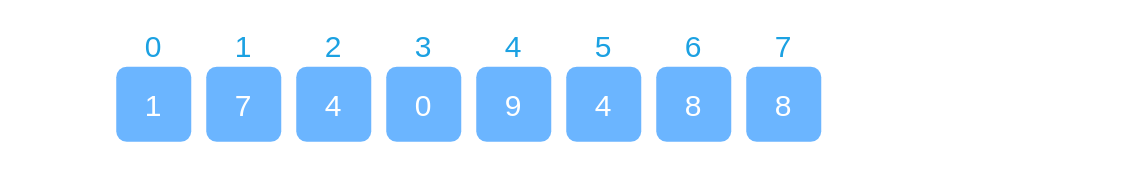
vtchitruong/vtchitruong.github.io keeps this draw.io diagram as page "1D array" (1 of 10) of pictures/array.drawio. Above is the earlier version. Source tidied: cells renumbered, new cells numbered last; positions are measured from the earlier drawing's top-left corner, leaving out a move shared by most shapes. Both pictures are drawn from the tidied source at 150%, with x=0, y=0 at pixel (116, 24).
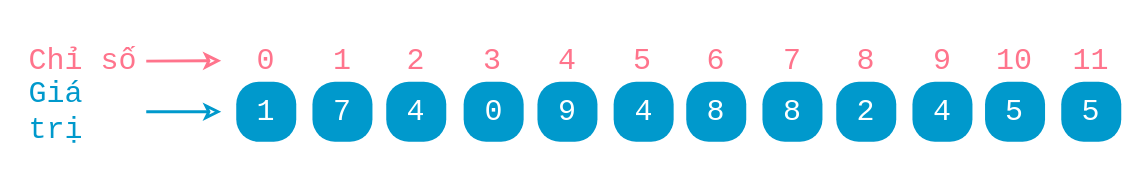
Above is the later version.

Diff of the diagram source:
```diff
@@
-    <mxCell id="2" value="1" style="rounded=1;whiteSpace=wrap;html=1;absoluteArcSize=1;arcSize=14;strokeWidth=2;fontFamily=Segoe UI Variable Display;fontSize=20;strokeColor=none;fontColor=#FFFFFF;fillColor=#6BB5FF;" parent="1" vertex="1">
-      <mxGeometry y="28" width="50" height="50" as="geometry" />
+    <mxCell id="2" value="1" style="rounded=1;whiteSpace=wrap;html=1;absoluteArcSize=1;arcSize=30;strokeWidth=2;fontFamily=consolas;fontSize=20;strokeColor=none;fontColor=#FFFFFF;fillColor=#0099CC;" parent="1" vertex="1">
+      <mxGeometry x="80" y="38" width="40" height="40" as="geometry" />
     </mxCell>
-    <mxCell id="3" value="0" style="rounded=1;whiteSpace=wrap;html=1;absoluteArcSize=1;arcSize=14;strokeWidth=2;fontFamily=Segoe UI Variable Display;fontSize=20;strokeColor=none;fontColor=#1BA1E2;fillColor=none;" parent="1" vertex="1">
-      <mxGeometry x="10.8" y="0.5" width="28.4" height="27.5" as="geometry" />
+    <mxCell id="3" value="0" style="rounded=1;whiteSpace=wrap;html=1;absoluteArcSize=1;arcSize=14;strokeWidth=2;fontFamily=consolas;fontSize=20;strokeColor=none;fontColor=#FF748C;fillColor=none;" parent="1" vertex="1">
+      <mxGeometry x="85.8" y="10.5" width="28.4" height="27.5" as="geometry" />
     </mxCell>
-    <mxCell id="4" value="7" style="rounded=1;whiteSpace=wrap;html=1;absoluteArcSize=1;arcSize=14;strokeWidth=2;fontFamily=Segoe UI Variable Display;fontSize=20;strokeColor=none;fontColor=#FFFFFF;fillColor=#6BB5FF;" parent="1" vertex="1">
-      <mxGeometry x="60" y="28" width="50" height="50" as="geometry" />
+    <mxCell id="4" value="7" style="rounded=1;whiteSpace=wrap;html=1;absoluteArcSize=1;arcSize=30;strokeWidth=2;fontFamily=consolas;fontSize=20;strokeColor=none;fontColor=#FFFFFF;fillColor=#0099CC;" parent="1" vertex="1">
+      <mxGeometry x="130.8" y="38" width="40" height="40" as="geometry" />
     </mxCell>
-    <mxCell id="5" value="4" style="rounded=1;whiteSpace=wrap;html=1;absoluteArcSize=1;arcSize=14;strokeWidth=2;fontFamily=Segoe UI Variable Display;fontSize=20;strokeColor=none;fontColor=#FFFFFF;fillColor=#6BB5FF;" parent="1" vertex="1">
-      <mxGeometry x="120" y="28" width="50" height="50" as="geometry" />
+    <mxCell id="5" value="4" style="rounded=1;whiteSpace=wrap;html=1;absoluteArcSize=1;arcSize=30;strokeWidth=2;fontFamily=consolas;fontSize=20;strokeColor=none;fontColor=#FFFFFF;fillColor=#0099CC;" parent="1" vertex="1">
+      <mxGeometry x="180" y="38" width="40" height="40" as="geometry" />
     </mxCell>
-    <mxCell id="6" value="0" style="rounded=1;whiteSpace=wrap;html=1;absoluteArcSize=1;arcSize=14;strokeWidth=2;fontFamily=Segoe UI Variable Display;fontSize=20;strokeColor=none;fontColor=#FFFFFF;fillColor=#6BB5FF;" parent="1" vertex="1">
-      <mxGeometry x="180" y="28" width="50" height="50" as="geometry" />
+    <mxCell id="6" value="0" style="rounded=1;whiteSpace=wrap;html=1;absoluteArcSize=1;arcSize=30;strokeWidth=2;fontFamily=consolas;fontSize=20;strokeColor=none;fontColor=#FFFFFF;fillColor=#0099CC;" parent="1" vertex="1">
+      <mxGeometry x="231.6" y="38" width="40" height="40" as="geometry" />
     </mxCell>
-    <mxCell id="7" value="9" style="rounded=1;whiteSpace=wrap;html=1;absoluteArcSize=1;arcSize=14;strokeWidth=2;fontFamily=Segoe UI Variable Display;fontSize=20;strokeColor=none;fontColor=#FFFFFF;fillColor=#6BB5FF;" parent="1" vertex="1">
-      <mxGeometry x="240" y="28" width="50" height="50" as="geometry" />
+    <mxCell id="7" value="9" style="rounded=1;whiteSpace=wrap;html=1;absoluteArcSize=1;arcSize=30;strokeWidth=2;fontFamily=consolas;fontSize=20;strokeColor=none;fontColor=#FFFFFF;fillColor=#0099CC;" parent="1" vertex="1">
+      <mxGeometry x="280.8" y="38" width="40" height="40" as="geometry" />
     </mxCell>
-    <mxCell id="8" value="4" style="rounded=1;whiteSpace=wrap;html=1;absoluteArcSize=1;arcSize=14;strokeWidth=2;fontFamily=Segoe UI Variable Display;fontSize=20;strokeColor=none;fontColor=#FFFFFF;fillColor=#6BB5FF;" parent="1" vertex="1">
-      <mxGeometry x="300" y="28" width="50" height="50" as="geometry" />
+    <mxCell id="8" value="4" style="rounded=1;whiteSpace=wrap;html=1;absoluteArcSize=1;arcSize=30;strokeWidth=2;fontFamily=consolas;fontSize=20;strokeColor=none;fontColor=#FFFFFF;fillColor=#0099CC;" parent="1" vertex="1">
+      <mxGeometry x="331.6" y="38" width="40" height="40" as="geometry" />
     </mxCell>
-    <mxCell id="9" value="8" style="rounded=1;whiteSpace=wrap;html=1;absoluteArcSize=1;arcSize=14;strokeWidth=2;fontFamily=Segoe UI Variable Display;fontSize=20;strokeColor=none;fontColor=#FFFFFF;fillColor=#6BB5FF;" parent="1" vertex="1">
-      <mxGeometry x="360" y="28" width="50" height="50" as="geometry" />
+    <mxCell id="9" value="8" style="rounded=1;whiteSpace=wrap;html=1;absoluteArcSize=1;arcSize=30;strokeWidth=2;fontFamily=consolas;fontSize=20;strokeColor=none;fontColor=#FFFFFF;fillColor=#0099CC;" parent="1" vertex="1">
+      <mxGeometry x="380" y="38" width="40" height="40" as="geometry" />
     </mxCell>
-    <mxCell id="10" value="1" style="rounded=1;whiteSpace=wrap;html=1;absoluteArcSize=1;arcSize=14;strokeWidth=2;fontFamily=Segoe UI Variable Display;fontSize=20;strokeColor=none;fontColor=#1BA1E2;fillColor=none;" parent="1" vertex="1">
-      <mxGeometry x="70.8" y="0.5" width="28.4" height="27.5" as="geometry" />
+    <mxCell id="10" value="1" style="rounded=1;whiteSpace=wrap;html=1;absoluteArcSize=1;arcSize=14;strokeWidth=2;fontFamily=consolas;fontSize=20;strokeColor=none;fontColor=#FF748C;fillColor=none;" parent="1" vertex="1">
+      <mxGeometry x="136.6" y="10.5" width="28.4" height="27.5" as="geometry" />
     </mxCell>
-    <mxCell id="11" value="2" style="rounded=1;whiteSpace=wrap;html=1;absoluteArcSize=1;arcSize=14;strokeWidth=2;fontFamily=Segoe UI Variable Display;fontSize=20;strokeColor=none;fontColor=#1BA1E2;fillColor=none;" parent="1" vertex="1">
-      <mxGeometry x="130.8" y="0.5" width="28.4" height="27.5" as="geometry" />
+    <mxCell id="11" value="2" style="rounded=1;whiteSpace=wrap;html=1;absoluteArcSize=1;arcSize=14;strokeWidth=2;fontFamily=consolas;fontSize=20;strokeColor=none;fontColor=#FF748C;fillColor=none;" parent="1" vertex="1">
+      <mxGeometry x="185.8" y="10.5" width="28.4" height="27.5" as="geometry" />
     </mxCell>
-    <mxCell id="12" value="3" style="rounded=1;whiteSpace=wrap;html=1;absoluteArcSize=1;arcSize=14;strokeWidth=2;fontFamily=Segoe UI Variable Display;fontSize=20;strokeColor=none;fontColor=#1BA1E2;fillColor=none;" parent="1" vertex="1">
-      <mxGeometry x="190.8" y="0.5" width="28.4" height="27.5" as="geometry" />
+    <mxCell id="12" value="3" style="rounded=1;whiteSpace=wrap;html=1;absoluteArcSize=1;arcSize=14;strokeWidth=2;fontFamily=consolas;fontSize=20;strokeColor=none;fontColor=#FF748C;fillColor=none;" parent="1" vertex="1">
+      <mxGeometry x="237.4" y="10.5" width="28.4" height="27.5" as="geometry" />
     </mxCell>
-    <mxCell id="13" value="4" style="rounded=1;whiteSpace=wrap;html=1;absoluteArcSize=1;arcSize=14;strokeWidth=2;fontFamily=Segoe UI Variable Display;fontSize=20;strokeColor=none;fontColor=#1BA1E2;fillColor=none;" parent="1" vertex="1">
-      <mxGeometry x="250.8" y="0.5" width="28.4" height="27.5" as="geometry" />
+    <mxCell id="13" value="4" style="rounded=1;whiteSpace=wrap;html=1;absoluteArcSize=1;arcSize=14;strokeWidth=2;fontFamily=consolas;fontSize=20;strokeColor=none;fontColor=#FF748C;fillColor=none;" parent="1" vertex="1">
+      <mxGeometry x="286.6" y="10.5" width="28.4" height="27.5" as="geometry" />
     </mxCell>
-    <mxCell id="14" value="5" style="rounded=1;whiteSpace=wrap;html=1;absoluteArcSize=1;arcSize=14;strokeWidth=2;fontFamily=Segoe UI Variable Display;fontSize=20;strokeColor=none;fontColor=#1BA1E2;fillColor=none;" parent="1" vertex="1">
-      <mxGeometry x="310.8" y="0.5" width="28.4" height="27.5" as="geometry" />
+    <mxCell id="14" value="5" style="rounded=1;whiteSpace=wrap;html=1;absoluteArcSize=1;arcSize=14;strokeWidth=2;fontFamily=consolas;fontSize=20;strokeColor=none;fontColor=#FF748C;fillColor=none;" parent="1" vertex="1">
+      <mxGeometry x="337.4" y="10.5" width="28.4" height="27.5" as="geometry" />
     </mxCell>
-    <mxCell id="15" value="6" style="rounded=1;whiteSpace=wrap;html=1;absoluteArcSize=1;arcSize=14;strokeWidth=2;fontFamily=Segoe UI Variable Display;fontSize=20;strokeColor=none;fontColor=#1BA1E2;fillColor=none;" parent="1" vertex="1">
-      <mxGeometry x="370.8" y="0.5" width="28.4" height="27.5" as="geometry" />
+    <mxCell id="15" value="6" style="rounded=1;whiteSpace=wrap;html=1;absoluteArcSize=1;arcSize=14;strokeWidth=2;fontFamily=consolas;fontSize=20;strokeColor=none;fontColor=#FF748C;fillColor=none;" parent="1" vertex="1">
+      <mxGeometry x="385.8" y="10.5" width="28.4" height="27.5" as="geometry" />
     </mxCell>
-    <mxCell id="16" value="8" style="rounded=1;whiteSpace=wrap;html=1;absoluteArcSize=1;arcSize=14;strokeWidth=2;fontFamily=Segoe UI Variable Display;fontSize=20;strokeColor=none;fontColor=#FFFFFF;fillColor=#6BB5FF;" parent="1" vertex="1">
-      <mxGeometry x="420" y="28" width="50" height="50" as="geometry" />
+    <mxCell id="16" value="8" style="rounded=1;whiteSpace=wrap;html=1;absoluteArcSize=1;arcSize=30;strokeWidth=2;fontFamily=consolas;fontSize=20;strokeColor=none;fontColor=#FFFFFF;fillColor=#0099CC;" parent="1" vertex="1">
+      <mxGeometry x="430.8" y="38" width="40" height="40" as="geometry" />
     </mxCell>
-    <mxCell id="17" value="7" style="rounded=1;whiteSpace=wrap;html=1;absoluteArcSize=1;arcSize=14;strokeWidth=2;fontFamily=Segoe UI Variable Display;fontSize=20;strokeColor=none;fontColor=#1BA1E2;fillColor=none;" parent="1" vertex="1">
-      <mxGeometry x="430.8" y="0.5" width="28.4" height="27.5" as="geometry" />
+    <mxCell id="17" value="7" style="rounded=1;whiteSpace=wrap;html=1;absoluteArcSize=1;arcSize=14;strokeWidth=2;fontFamily=consolas;fontSize=20;strokeColor=none;fontColor=#FF748C;fillColor=none;" parent="1" vertex="1">
+      <mxGeometry x="436.6" y="10.5" width="28.4" height="27.5" as="geometry" />
     </mxCell>
+    <mxCell id="18" value="2" style="rounded=1;whiteSpace=wrap;html=1;absoluteArcSize=1;arcSize=30;strokeWidth=2;fontFamily=consolas;fontSize=20;strokeColor=none;fontColor=#FFFFFF;fillColor=#0099CC;" parent="1" vertex="1">
+      <mxGeometry x="480" y="38" width="40" height="40" as="geometry" />
+    </mxCell>
+    <mxCell id="19" value="4" style="rounded=1;whiteSpace=wrap;html=1;absoluteArcSize=1;arcSize=30;strokeWidth=2;fontFamily=consolas;fontSize=20;strokeColor=none;fontColor=#FFFFFF;fillColor=#0099CC;" parent="1" vertex="1">
+      <mxGeometry x="530.8" y="38" width="40" height="40" as="geometry" />
+    </mxCell>
+    <mxCell id="20" value="5" style="rounded=1;whiteSpace=wrap;html=1;absoluteArcSize=1;arcSize=30;strokeWidth=2;fontFamily=consolas;fontSize=20;strokeColor=none;fontColor=#FFFFFF;fillColor=#0099CC;" parent="1" vertex="1">
+      <mxGeometry x="579.2" y="38" width="40" height="40" as="geometry" />
+    </mxCell>
+    <mxCell id="21" value="5" style="rounded=1;whiteSpace=wrap;html=1;absoluteArcSize=1;arcSize=30;strokeWidth=2;fontFamily=consolas;fontSize=20;strokeColor=none;fontColor=#FFFFFF;fillColor=#0099CC;" parent="1" vertex="1">
+      <mxGeometry x="630" y="38" width="40" height="40" as="geometry" />
+    </mxCell>
+    <mxCell id="22" value="8" style="rounded=1;whiteSpace=wrap;html=1;absoluteArcSize=1;arcSize=14;strokeWidth=2;fontFamily=consolas;fontSize=20;strokeColor=none;fontColor=#FF748C;fillColor=none;" parent="1" vertex="1">
+      <mxGeometry x="485.8" y="10.5" width="28.4" height="27.5" as="geometry" />
+    </mxCell>
+    <mxCell id="23" value="9" style="rounded=1;whiteSpace=wrap;html=1;absoluteArcSize=1;arcSize=14;strokeWidth=2;fontFamily=consolas;fontSize=20;strokeColor=none;fontColor=#FF748C;fillColor=none;" parent="1" vertex="1">
+      <mxGeometry x="536.6" y="10.5" width="28.4" height="27.5" as="geometry" />
+    </mxCell>
+    <mxCell id="24" value="10" style="rounded=1;whiteSpace=wrap;html=1;absoluteArcSize=1;arcSize=14;strokeWidth=2;fontFamily=consolas;fontSize=20;strokeColor=none;fontColor=#FF748C;fillColor=none;" parent="1" vertex="1">
+      <mxGeometry x="585" y="10.5" width="28.4" height="27.5" as="geometry" />
+    </mxCell>
+    <mxCell id="25" value="11" style="rounded=1;whiteSpace=wrap;html=1;absoluteArcSize=1;arcSize=14;strokeWidth=2;fontFamily=consolas;fontSize=20;strokeColor=none;fontColor=#FF748C;fillColor=none;" parent="1" vertex="1">
+      <mxGeometry x="635.8" y="10.5" width="28.4" height="27.5" as="geometry" />
+    </mxCell>
+    <mxCell id="26" value="Chỉ số" style="rounded=1;whiteSpace=wrap;html=1;absoluteArcSize=1;arcSize=14;strokeWidth=2;fontFamily=consolas;fontSize=20;strokeColor=none;fontColor=#FF748C;fillColor=none;align=left;" parent="1" vertex="1">
+      <mxGeometry x="-60" y="10.5" width="80" height="27.5" as="geometry" />
+    </mxCell>
+    <mxCell id="27" value="Giá trị" style="rounded=1;whiteSpace=wrap;html=1;absoluteArcSize=1;arcSize=14;strokeWidth=2;fontFamily=consolas;fontSize=20;strokeColor=none;fontColor=#0099CC;fillColor=none;align=left;" parent="1" vertex="1">
+      <mxGeometry x="-60" y="44.2" width="80" height="27.5" as="geometry" />
+    </mxCell>
+    <mxCell id="28" style="endArrow=classic;html=1;rounded=0;fontColor=#FF748C;exitX=1;exitY=0.5;exitDx=0;exitDy=0;strokeWidth=2;endFill=0;strokeColor=#FF748C;" parent="1" edge="1" source="26">
+      <mxGeometry relative="1" as="geometry">
+        <mxPoint x="70" y="24" as="targetPoint" />
+      </mxGeometry>
+    </mxCell>
+    <mxCell id="29" style="endArrow=classic;html=1;rounded=0;fontColor=#0099CC;exitX=1;exitY=0.5;exitDx=0;exitDy=0;strokeWidth=2;endFill=0;strokeColor=#0099CC;" parent="1" edge="1" source="27">
+      <mxGeometry relative="1" as="geometry">
+        <mxPoint x="70" y="58" as="targetPoint" />
+      </mxGeometry>
+    </mxCell>
```
